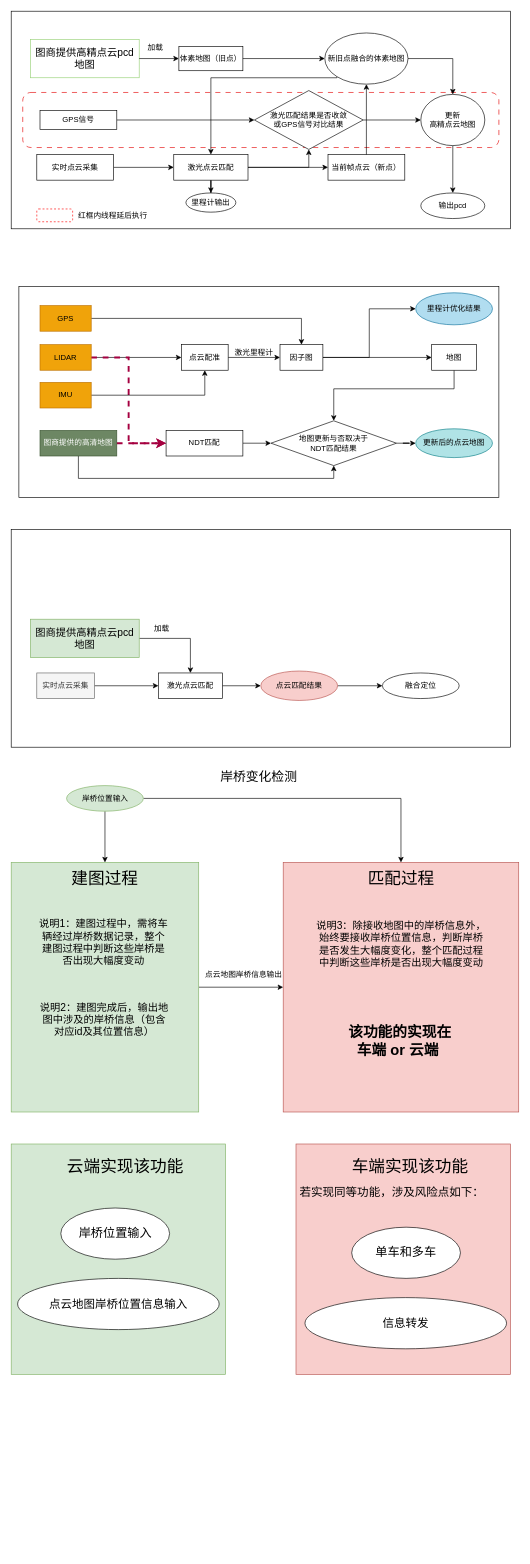
Before: 点云地图更新.drawio in 567lxd/daily_work, a draw.io diagram. Source tidied: cells renumbered, new cells numbered last; positions are measured from the earlier drawing's top-left corner, leaving out a move shared by most shapes. Both pictures are drawn from the tidied source at 64%, with x=0, y=0 at pixel (11, 11).
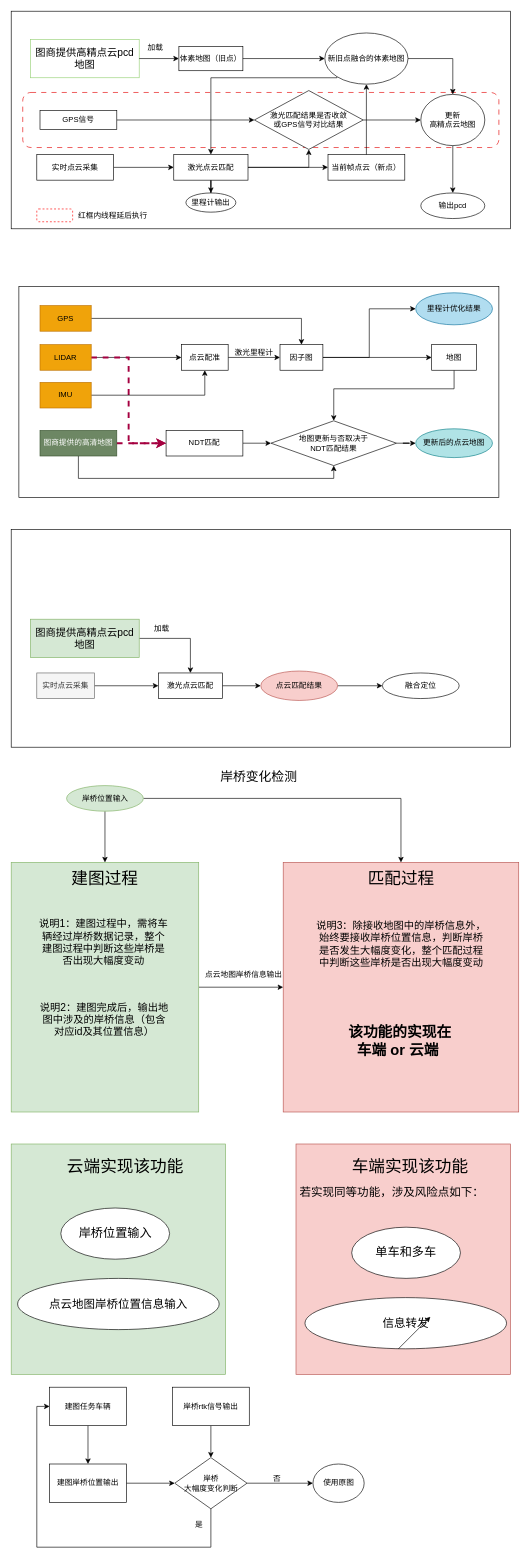
Above is the later version.

Commit message:
更新点云地图更新.drawio

Diff of the diagram source:
```diff
@@
+    <mxCell id="89" style="edgeStyle=orthogonalEdgeStyle;rounded=0;jettySize=auto;html=1;entryX=0;entryY=0.5;entryDx=0;entryDy=0;" parent="1" edge="1" source="90" target="96">
+      <mxGeometry relative="1" as="geometry" />
+    </mxCell>
+    <mxCell id="90" value="建图岸桥位置输出" style="rounded=0;whiteSpace=wrap;html=1;" parent="1" vertex="1">
+      <mxGeometry x="60" y="2270" width="120" height="60" as="geometry" />
+    </mxCell>
+    <mxCell id="91" style="endArrow=classic;html=1;rounded=0;" parent="1" edge="1">
+      <mxGeometry relative="1" as="geometry">
+        <mxPoint x="605" y="2090" as="sourcePoint" />
+        <mxPoint x="655" y="2040" as="targetPoint" />
+      </mxGeometry>
+    </mxCell>
+    <mxCell id="92" style="edgeStyle=orthogonalEdgeStyle;rounded=0;jettySize=auto;html=1;" parent="1" edge="1" source="93" target="96">
+      <mxGeometry relative="1" as="geometry" />
+    </mxCell>
+    <mxCell id="93" value="岸桥rtk信号输出" style="rounded=0;whiteSpace=wrap;html=1;" parent="1" vertex="1">
+      <mxGeometry x="252" y="2150" width="120" height="60" as="geometry" />
+    </mxCell>
+    <mxCell id="94" style="edgeStyle=orthogonalEdgeStyle;rounded=0;jettySize=auto;html=1;" parent="1" edge="1" source="96" target="99">
+      <mxGeometry relative="1" as="geometry" />
+    </mxCell>
+    <mxCell id="95" style="edgeStyle=orthogonalEdgeStyle;rounded=0;jettySize=auto;html=1;entryX=0;entryY=0.5;entryDx=0;entryDy=0;" parent="1" edge="1" source="96" target="98">
+      <mxGeometry relative="1" as="geometry">
+        <Array as="points">
+          <mxPoint x="312" y="2400" />
+          <mxPoint x="40" y="2400" />
+          <mxPoint x="40" y="2180" />
+        </Array>
+      </mxGeometry>
+    </mxCell>
+    <mxCell id="96" value="岸桥&lt;div&gt;大幅度变化判断&lt;/div&gt;" style="rhombus;whiteSpace=wrap;html=1;" parent="1" vertex="1">
+      <mxGeometry x="255.5" y="2260" width="113" height="80" as="geometry" />
+    </mxCell>
+    <mxCell id="97" style="edgeStyle=orthogonalEdgeStyle;rounded=0;jettySize=auto;html=1;" parent="1" edge="1" source="98" target="90">
+      <mxGeometry relative="1" as="geometry" />
+    </mxCell>
+    <mxCell id="98" value="建图任务车辆" style="rounded=0;whiteSpace=wrap;html=1;" parent="1" vertex="1">
+      <mxGeometry x="60" y="2150" width="120" height="60" as="geometry" />
+    </mxCell>
+    <mxCell id="99" value="使用原图" style="ellipse;whiteSpace=wrap;html=1;" parent="1" vertex="1">
+      <mxGeometry x="471.5" y="2270" width="80" height="60" as="geometry" />
+    </mxCell>
+    <mxCell id="100" value="否" style="text;html=1;align=center;verticalAlign=middle;strokeColor=none;fillColor=none;" parent="1" vertex="1">
+      <mxGeometry x="395" y="2278" width="40" height="30" as="geometry" />
+    </mxCell>
+    <mxCell id="101" value="是" style="text;html=1;align=center;verticalAlign=middle;strokeColor=none;fillColor=none;" parent="1" vertex="1">
+      <mxGeometry x="273" y="2350" width="40" height="30" as="geometry" />
+    </mxCell>
```
